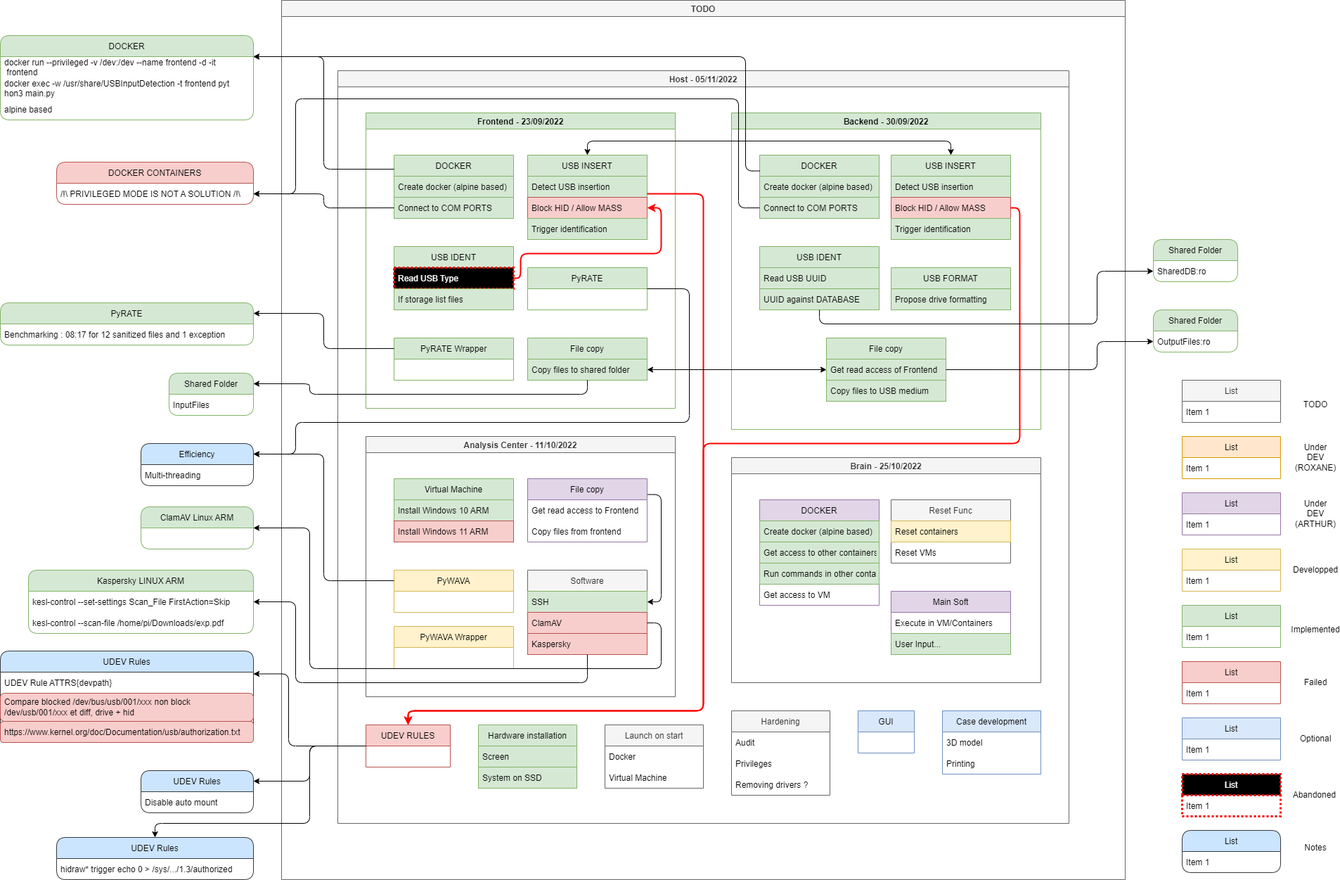
This is Images/status.png from PetitPrinc3/Asterix, a draw.io export, as it was before one commit. Source tidied: cells renumbered, new cells last; positions are measured from the earlier drawing's top-left corner, leaving out a move shared by most shapes.
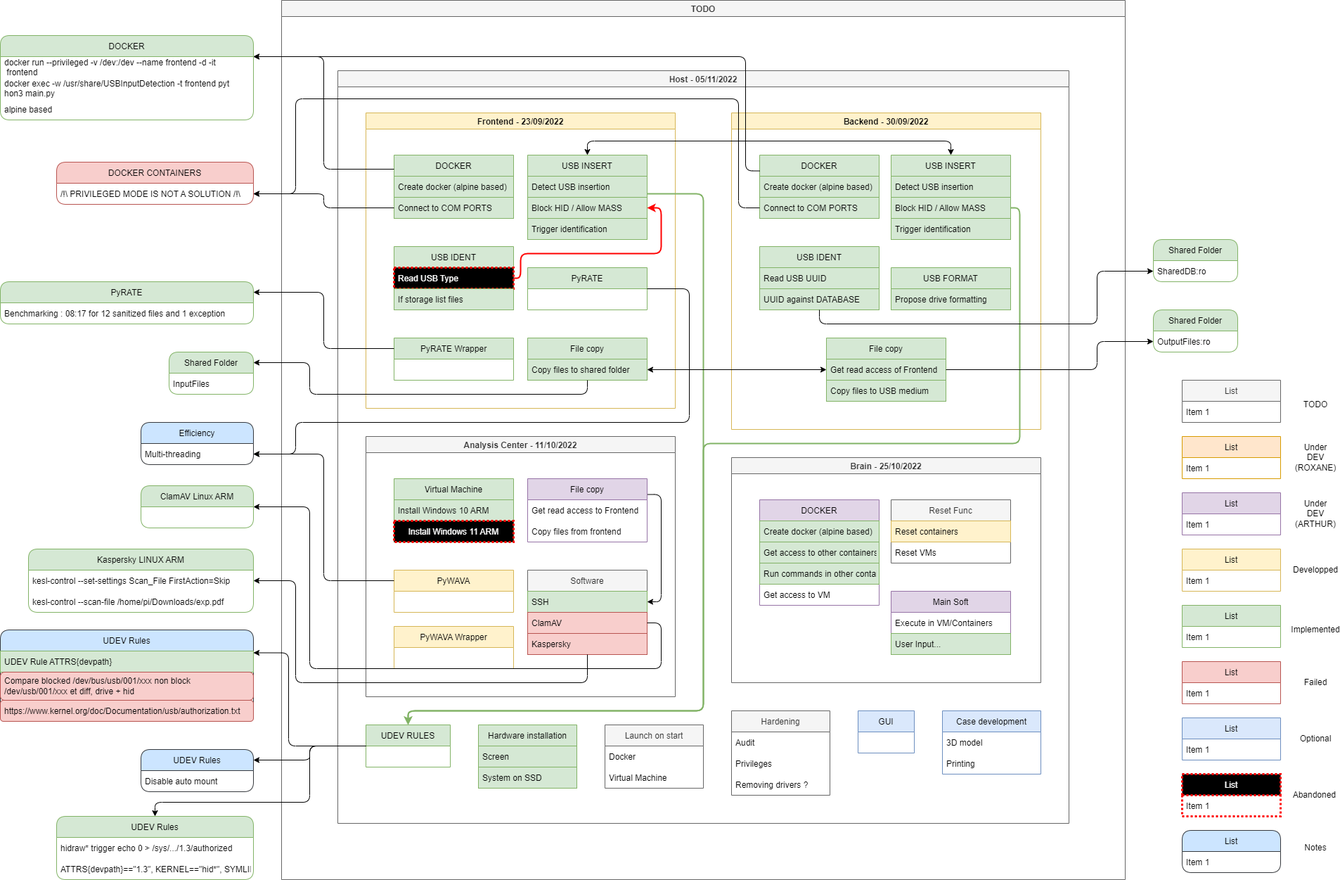
Later version of the same file.

What changed in the source:
```diff
@@ -8,7 +8,7 @@
     <mxCell id="3" value="Host - 05/11/2022" style="swimlane;startSize=23;fillColor=#f5f5f5;fontColor=#333333;strokeColor=#666666;" parent="2" vertex="1">
       <mxGeometry x="80" y="100" width="1040" height="1070" as="geometry" />
     </mxCell>
-    <mxCell id="4" value="Frontend - 23/09/2022" style="swimlane;fillColor=#d5e8d4;strokeColor=#82b366;" parent="3" vertex="1">
+    <mxCell id="4" value="Frontend - 23/09/2022" style="swimlane;fillColor=#fff2cc;strokeColor=#d6b656;" parent="3" vertex="1">
       <mxGeometry x="40" y="60" width="440" height="420" as="geometry" />
     </mxCell>
     <mxCell id="5" value="USB INSERT" style="swimlane;fontStyle=0;horizontal=1;startSize=30;fillColor=#d5e8d4;strokeColor=#82b366;" parent="4" vertex="1">
@@ -17,7 +17,7 @@
     <mxCell id="6" value="Detect USB insertion" style="text;align=left;verticalAlign=middle;spacingLeft=4;spacingRight=4;overflow=hidden;fillColor=#d5e8d4;strokeColor=#82b366;" parent="5" vertex="1">
       <mxGeometry y="30" width="170" height="30" as="geometry" />
     </mxCell>
-    <mxCell id="7" value="Block HID / Allow MASS" style="text;align=left;verticalAlign=middle;spacingLeft=4;spacingRight=4;overflow=hidden;points=[[0,0.5],[1,0.5]];portConstraint=eastwest;fillColor=#f8cecc;strokeColor=#b85450;" parent="5" vertex="1">
+    <mxCell id="7" value="Block HID / Allow MASS" style="text;align=left;verticalAlign=middle;spacingLeft=4;spacingRight=4;overflow=hidden;points=[[0,0.5],[1,0.5]];portConstraint=eastwest;fillColor=#d5e8d4;strokeColor=#82b366;" parent="5" vertex="1">
       <mxGeometry y="60" width="170" height="30" as="geometry" />
     </mxCell>
     <mxCell id="8" value="Trigger identification" style="text;align=left;verticalAlign=middle;spacingLeft=4;spacingRight=4;overflow=hidden;fillColor=#d5e8d4;strokeColor=#82b366;" parent="5" vertex="1">
@@ -63,7 +63,7 @@
     <mxCell id="19" value="Copy files to shared folder" style="text;align=left;verticalAlign=middle;spacingLeft=4;spacingRight=4;overflow=hidden;fillColor=#d5e8d4;strokeColor=#82b366;" parent="18" vertex="1">
       <mxGeometry y="30" width="170" height="30" as="geometry" />
     </mxCell>
-    <mxCell id="20" value="Backend - 30/09/2022" style="swimlane;fillColor=#d5e8d4;strokeColor=#82b366;" parent="3" vertex="1">
+    <mxCell id="20" value="Backend - 30/09/2022" style="swimlane;fillColor=#fff2cc;strokeColor=#d6b656;" parent="3" vertex="1">
       <mxGeometry x="560" y="60" width="440" height="450" as="geometry" />
     </mxCell>
     <mxCell id="21" value="USB INSERT" style="swimlane;fontStyle=0;horizontal=1;startSize=30;fillColor=#d5e8d4;strokeColor=#82b366;" parent="20" vertex="1">
@@ -72,7 +72,7 @@
     <mxCell id="22" value="Detect USB insertion" style="text;strokeColor=#82b366;fillColor=#d5e8d4;align=left;verticalAlign=middle;spacingLeft=4;spacingRight=4;overflow=hidden;" parent="21" vertex="1">
       <mxGeometry y="30" width="170" height="30" as="geometry" />
     </mxCell>
-    <mxCell id="23" value="Block HID / Allow MASS" style="text;strokeColor=#b85450;fillColor=#f8cecc;align=left;verticalAlign=middle;spacingLeft=4;spacingRight=4;overflow=hidden;points=[[0,0.5],[1,0.5]];portConstraint=eastwest;" parent="21" vertex="1">
+    <mxCell id="23" value="Block HID / Allow MASS" style="text;strokeColor=#82b366;fillColor=#d5e8d4;align=left;verticalAlign=middle;spacingLeft=4;spacingRight=4;overflow=hidden;points=[[0,0.5],[1,0.5]];portConstraint=eastwest;" parent="21" vertex="1">
       <mxGeometry y="60" width="170" height="30" as="geometry" />
     </mxCell>
     <mxCell id="24" value="Trigger identification" style="text;align=left;verticalAlign=middle;spacingLeft=4;spacingRight=4;overflow=hidden;fillColor=#d5e8d4;strokeColor=#82b366;" parent="21" vertex="1">
@@ -120,7 +120,7 @@
     <mxCell id="38" value="Install Windows 10 ARM" style="text;strokeColor=#82b366;fillColor=#d5e8d4;align=left;verticalAlign=middle;spacingLeft=4;spacingRight=4;overflow=hidden;" parent="37" vertex="1">
       <mxGeometry y="30" width="170" height="30" as="geometry" />
     </mxCell>
-    <mxCell id="39" value="Install Windows 11 ARM" style="text;strokeColor=#b85450;fillColor=#f8cecc;align=left;verticalAlign=middle;spacingLeft=4;spacingRight=4;overflow=hidden;" parent="37" vertex="1">
+    <mxCell id="39" value="Install Windows 11 ARM" style="text;strokeColor=#FF0000;fillColor=#000000;align=center;verticalAlign=middle;spacingLeft=4;spacingRight=4;overflow=hidden;fontColor=#FFFFFF;fontStyle=0;startSize=30;dashed=1;dashPattern=1 1;strokeWidth=3;" parent="37" vertex="1">
       <mxGeometry y="60" width="170" height="30" as="geometry" />
     </mxCell>
     <mxCell id="40" style="edgeStyle=orthogonalEdgeStyle;rounded=1;jettySize=auto;html=1;exitX=1;exitY=0.25;exitDx=0;exitDy=0;" parent="36" edge="1" source="41" target="47">
@@ -231,10 +231,10 @@
     <mxCell id="75" value="Printing" style="text;strokeColor=none;fillColor=none;align=left;verticalAlign=middle;spacingLeft=4;spacingRight=4;overflow=hidden;" parent="73" vertex="1">
       <mxGeometry y="60" width="140" height="30" as="geometry" />
     </mxCell>
-    <mxCell id="76" value="UDEV RULES" style="swimlane;fontStyle=0;horizontal=1;startSize=30;fillColor=#f8cecc;strokeColor=#b85450;" parent="3" vertex="1">
+    <mxCell id="76" value="UDEV RULES" style="swimlane;fontStyle=0;horizontal=1;startSize=30;fillColor=#d5e8d4;strokeColor=#82b366;" parent="3" vertex="1">
       <mxGeometry x="40" y="930" width="120" height="60" as="geometry" />
     </mxCell>
-    <mxCell id="77" style="edgeStyle=orthogonalEdgeStyle;rounded=1;jettySize=auto;html=1;exitX=1;exitY=0.5;exitDx=0;exitDy=0;entryX=0.5;entryY=0;entryDx=0;entryDy=0;strokeColor=#FF0000;strokeWidth=2;fontColor=#FF0000;" parent="3" edge="1" target="76">
+    <mxCell id="77" style="edgeStyle=orthogonalEdgeStyle;rounded=1;jettySize=auto;html=1;exitX=1;exitY=0.5;exitDx=0;exitDy=0;entryX=0.5;entryY=0;entryDx=0;entryDy=0;strokeColor=#82b366;strokeWidth=2;fontColor=#FF0000;fillColor=#d5e8d4;" parent="3" edge="1" target="76">
       <mxGeometry relative="1" as="geometry">
         <mxPoint x="440" y="175" as="sourcePoint" />
         <Array as="points">
@@ -250,7 +250,7 @@
     <mxCell id="79" style="edgeStyle=orthogonalEdgeStyle;rounded=1;jettySize=auto;html=1;exitX=0.5;exitY=0;exitDx=0;exitDy=0;entryX=0.5;entryY=0;entryDx=0;entryDy=0;startArrow=classic;startFill=1;" parent="3" edge="1" source="5" target="21">
       <mxGeometry relative="1" as="geometry" />
     </mxCell>
-    <mxCell id="80" style="edgeStyle=orthogonalEdgeStyle;rounded=1;jettySize=auto;html=1;exitX=1;exitY=0.5;exitDx=0;exitDy=0;entryX=0.5;entryY=0;entryDx=0;entryDy=0;strokeColor=#FF0000;strokeWidth=2;" parent="3" edge="1" source="23" target="76">
+    <mxCell id="80" style="edgeStyle=orthogonalEdgeStyle;rounded=1;jettySize=auto;html=1;exitX=1;exitY=0.5;exitDx=0;exitDy=0;entryX=0.5;entryY=0;entryDx=0;entryDy=0;strokeColor=#82b366;strokeWidth=2;fillColor=#d5e8d4;" parent="3" edge="1" source="23" target="76">
       <mxGeometry relative="1" as="geometry">
         <Array as="points">
           <mxPoint x="970" y="195" />
@@ -283,9 +283,9 @@
       </mxGeometry>
     </mxCell>
     <mxCell id="86" value="UDEV Rules" style="swimlane;fontStyle=0;horizontal=1;startSize=30;rounded=1;fillColor=#cce5ff;strokeColor=#36393d;" parent="1" vertex="1">
-      <mxGeometry y="925" width="360" height="130" as="geometry" />
+      <mxGeometry y="895" width="360" height="130" as="geometry" />
     </mxCell>
-    <mxCell id="87" value="UDEV Rule ATTRS{devpath}" style="text;strokeColor=none;fillColor=none;align=left;verticalAlign=middle;spacingLeft=4;spacingRight=4;overflow=hidden;" parent="86" vertex="1">
+    <mxCell id="87" value="UDEV Rule ATTRS{devpath}" style="text;strokeColor=#82b366;fillColor=#d5e8d4;align=left;verticalAlign=middle;spacingLeft=4;spacingRight=4;overflow=hidden;" parent="86" vertex="1">
       <mxGeometry y="30" width="360" height="30" as="geometry" />
     </mxCell>
     <mxCell id="88" value="Compare blocked /dev/bus/usb/001/xxx non block /dev/usb/001/xxx et diff, drive + hid" style="text;strokeColor=#b85450;fillColor=#f8cecc;align=left;verticalAlign=middle;spacingLeft=4;spacingRight=4;overflow=hidden;whiteSpace=wrap;rounded=1;" parent="86" vertex="1">
@@ -306,12 +306,12 @@
       <mxGeometry relative="1" as="geometry">
         <Array as="points">
           <mxPoint x="410" y="1060" />
-          <mxPoint x="410" y="957" />
+          <mxPoint x="410" y="928" />
         </Array>
       </mxGeometry>
     </mxCell>
     <mxCell id="92" value="PyRATE" style="swimlane;fontStyle=0;horizontal=1;startSize=30;rounded=1;fillColor=#d5e8d4;strokeColor=#82b366;" parent="1" vertex="1">
-      <mxGeometry y="430" width="360" height="60" as="geometry" />
+      <mxGeometry y="400" width="360" height="60" as="geometry" />
     </mxCell>
     <mxCell id="93" value="Benchmarking : 08:17 for 12 sanitized files and 1 exception" style="text;strokeColor=none;fillColor=none;align=left;verticalAlign=middle;spacingLeft=4;spacingRight=4;overflow=hidden;" parent="92" vertex="1">
       <mxGeometry y="30" width="360" height="30" as="geometry" />
@@ -320,7 +320,7 @@
       <mxGeometry relative="1" as="geometry" />
     </mxCell>
     <mxCell id="95" value="Shared Folder" style="swimlane;fontStyle=0;horizontal=1;startSize=30;rounded=1;fillColor=#d5e8d4;strokeColor=#82b366;" parent="1" vertex="1">
-      <mxGeometry x="240" y="530" width="120" height="60" as="geometry" />
+      <mxGeometry x="240" y="500" width="120" height="60" as="geometry" />
     </mxCell>
     <mxCell id="96" value="InputFiles" style="text;strokeColor=none;fillColor=none;align=left;verticalAlign=middle;spacingLeft=4;spacingRight=4;overflow=hidden;" parent="95" vertex="1">
       <mxGeometry y="30" width="120" height="30" as="geometry" />
@@ -330,7 +330,7 @@
         <Array as="points">
           <mxPoint x="835" y="560" />
           <mxPoint x="440" y="560" />
-          <mxPoint x="440" y="545" />
+          <mxPoint x="440" y="515" />
         </Array>
       </mxGeometry>
     </mxCell>
@@ -445,7 +445,7 @@
       </mxGeometry>
     </mxCell>
     <mxCell id="131" value="UDEV Rules" style="swimlane;fontStyle=0;horizontal=1;startSize=30;rounded=1;fillColor=#cce5ff;strokeColor=#36393d;" parent="1" vertex="1">
-      <mxGeometry x="200" y="1095" width="160" height="60" as="geometry" />
+      <mxGeometry x="200" y="1065" width="160" height="60" as="geometry" />
     </mxCell>
     <mxCell id="132" value="Disable auto mount" style="text;strokeColor=none;fillColor=none;align=left;verticalAlign=middle;spacingLeft=4;spacingRight=4;overflow=hidden;" parent="131" vertex="1">
       <mxGeometry y="30" width="160" height="30" as="geometry" />
@@ -454,12 +454,12 @@
       <mxGeometry relative="1" as="geometry" />
     </mxCell>
     <mxCell id="134" value="Efficiency" style="swimlane;fontStyle=0;horizontal=1;startSize=30;rounded=1;fillColor=#cce5ff;strokeColor=#36393d;" parent="1" vertex="1">
-      <mxGeometry x="200" y="630" width="160" height="60" as="geometry" />
+      <mxGeometry x="200" y="600" width="160" height="60" as="geometry" />
     </mxCell>
     <mxCell id="135" value="Multi-threading" style="text;strokeColor=none;fillColor=none;align=left;verticalAlign=middle;spacingLeft=4;spacingRight=4;overflow=hidden;points=[[0,0.5],[1,0.5]];portConstraint=eastwest;" parent="134" vertex="1">
       <mxGeometry y="30" width="160" height="30" as="geometry" />
     </mxCell>
-    <mxCell id="136" style="edgeStyle=orthogonalEdgeStyle;rounded=1;jettySize=auto;html=1;exitX=1;exitY=0.5;exitDx=0;exitDy=0;entryX=1;entryY=0.25;entryDx=0;entryDy=0;" parent="1" edge="1" source="13" target="134">
+    <mxCell id="136" style="edgeStyle=orthogonalEdgeStyle;rounded=1;jettySize=auto;html=1;exitX=1;exitY=0.5;exitDx=0;exitDy=0;entryX=1;entryY=0.5;entryDx=0;entryDy=0;" parent="1" edge="1" source="13" target="135">
       <mxGeometry relative="1" as="geometry">
         <Array as="points">
           <mxPoint x="980" y="410" />
@@ -478,18 +478,21 @@
         </Array>
       </mxGeometry>
     </mxCell>
-    <mxCell id="138" value="UDEV Rules" style="swimlane;fontStyle=0;horizontal=1;startSize=30;rounded=1;fillColor=#cce5ff;strokeColor=#36393d;" parent="1" vertex="1">
-      <mxGeometry x="80" y="1190" width="280" height="60" as="geometry" />
+    <mxCell id="138" value="UDEV Rules" style="swimlane;fontStyle=0;horizontal=1;startSize=30;rounded=1;fillColor=#d5e8d4;strokeColor=#82b366;" parent="1" vertex="1">
+      <mxGeometry x="80" y="1160" width="280" height="90" as="geometry" />
     </mxCell>
     <mxCell id="139" value="hidraw* trigger echo 0 &gt; /sys/.../1.3/authorized" style="text;strokeColor=none;fillColor=none;align=left;verticalAlign=middle;spacingLeft=4;spacingRight=4;overflow=hidden;" parent="138" vertex="1">
       <mxGeometry y="30" width="280" height="30" as="geometry" />
     </mxCell>
+    <mxCell id="151" value="ATTRS{devpath}==&quot;1.3&quot;, KERNEL==&quot;hid*&quot;, SYMLINK+=&quot;USBBadInput&quot;, RUN+=&quot;/bin/bash -c 'echo 0 &gt; /sys/bus/usb/devices/1-1.3/authorized'&quot;" style="text;strokeColor=none;fillColor=none;align=left;verticalAlign=middle;spacingLeft=4;spacingRight=4;overflow=hidden;" parent="138" vertex="1">
+      <mxGeometry y="60" width="280" height="30" as="geometry" />
+    </mxCell>
     <mxCell id="140" style="edgeStyle=orthogonalEdgeStyle;rounded=1;jettySize=auto;html=1;exitX=0;exitY=0.5;exitDx=0;exitDy=0;entryX=0.5;entryY=0;entryDx=0;entryDy=0;" parent="1" edge="1" source="76" target="138">
       <mxGeometry relative="1" as="geometry">
         <Array as="points">
           <mxPoint x="440" y="1060" />
-          <mxPoint x="440" y="1170" />
-          <mxPoint x="220" y="1170" />
+          <mxPoint x="440" y="1140" />
+          <mxPoint x="220" y="1140" />
         </Array>
       </mxGeometry>
     </mxCell>
@@ -513,7 +516,7 @@
       </mxGeometry>
     </mxCell>
     <mxCell id="145" value="Kaspersky LINUX ARM" style="swimlane;fontStyle=0;horizontal=1;startSize=30;rounded=1;fillColor=#d5e8d4;strokeColor=#82b366;" parent="1" vertex="1">
-      <mxGeometry x="40" y="810" width="320" height="90" as="geometry" />
+      <mxGeometry x="40" y="780" width="320" height="90" as="geometry" />
     </mxCell>
     <mxCell id="146" value="kesl-control --set-settings Scan_File FirstAction=Skip" style="text;strokeColor=none;fillColor=none;align=left;verticalAlign=middle;spacingLeft=4;spacingRight=4;overflow=hidden;" parent="145" vertex="1">
       <mxGeometry y="30" width="320" height="30" as="geometry" />
@@ -526,12 +529,12 @@
         <Array as="points">
           <mxPoint x="835" y="970" />
           <mxPoint x="420" y="970" />
-          <mxPoint x="420" y="855" />
+          <mxPoint x="420" y="825" />
         </Array>
       </mxGeometry>
     </mxCell>
     <mxCell id="149" value="ClamAV Linux ARM" style="swimlane;fontStyle=0;horizontal=1;startSize=30;rounded=1;fillColor=#d5e8d4;strokeColor=#82b366;" parent="1" vertex="1">
-      <mxGeometry x="200" y="720" width="160" height="60" as="geometry" />
+      <mxGeometry x="200" y="690" width="160" height="60" as="geometry" />
     </mxCell>
     <mxCell id="150" style="edgeStyle=orthogonalEdgeStyle;rounded=1;jettySize=auto;html=1;exitX=1;exitY=0.5;exitDx=0;exitDy=0;entryX=1;entryY=0.5;entryDx=0;entryDy=0;" parent="1" edge="1" source="48" target="149">
       <mxGeometry relative="1" as="geometry">
@@ -539,7 +542,7 @@
           <mxPoint x="940" y="885" />
           <mxPoint x="940" y="950" />
           <mxPoint x="440" y="950" />
-          <mxPoint x="440" y="750" />
+          <mxPoint x="440" y="720" />
         </Array>
       </mxGeometry>
     </mxCell>
```
